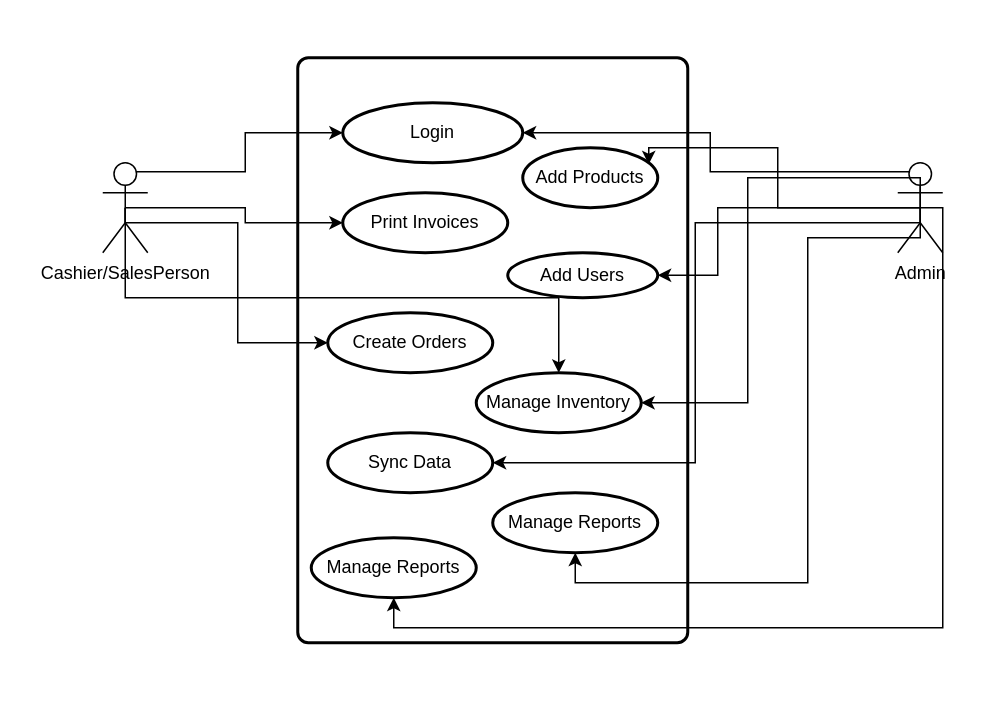
Earlier version of the draw.io diagram Untitled Diagram.drawio (Mwabamwaba/POS-MS-Access-VBA). Source tidied: cells renumbered, new cells numbered last; positions are measured from the earlier drawing's top-left corner, leaving out a move shared by most shapes. Both pictures are drawn from the tidied source at 150%, with x=0, y=0 at pixel (102, 57).
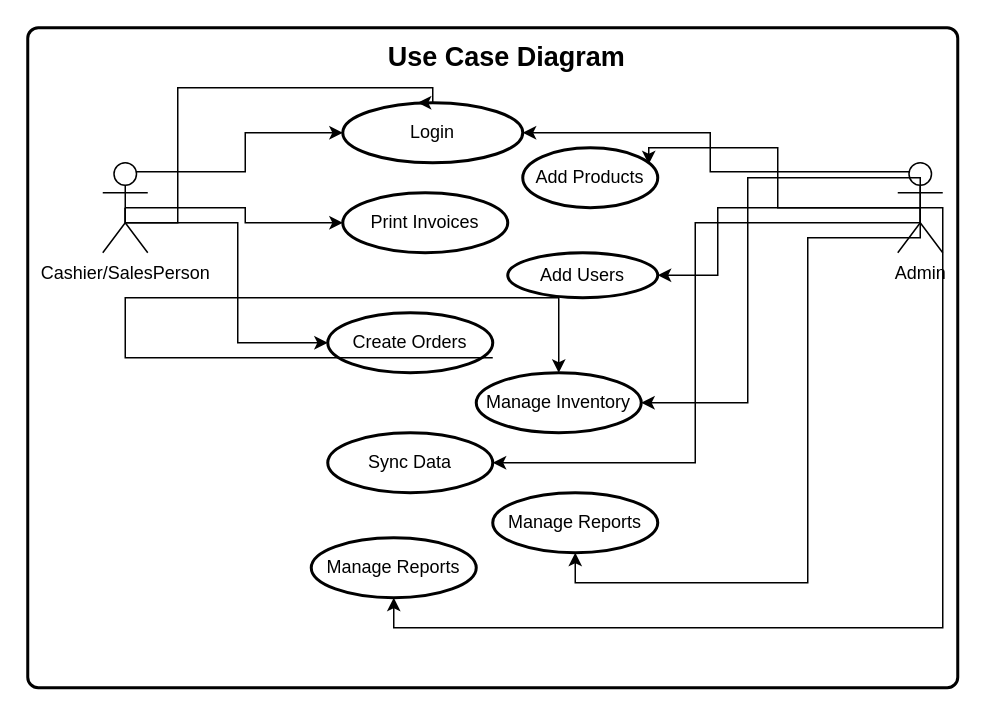
The same page after the edit.

The change refers to these unchanged cells:
```xml
<mxCell id="4" value="Login" style="strokeWidth=2;html=1;shape=mxgraph.flowchart.start_1;whiteSpace=wrap;" parent="1" vertex="1">
  <mxGeometry x="160" y="30" width="120" height="40" as="geometry" />
</mxCell>
<mxCell id="8" value="Manage Inventory" style="strokeWidth=2;html=1;shape=mxgraph.flowchart.start_1;whiteSpace=wrap;" parent="1" vertex="1">
  <mxGeometry x="249" y="210" width="110" height="40" as="geometry" />
</mxCell>
<mxCell id="13" value="Cashier/SalesPerson" style="shape=umlActor;verticalLabelPosition=bottom;verticalAlign=top;html=1;outlineConnect=0;" parent="1" vertex="1">
  <mxGeometry y="70" width="30" height="60" as="geometry" />
</mxCell>
```

What changed in the source:
```diff
@@
     <mxCell id="2" style="rounded=1;whiteSpace=wrap;html=1;absoluteArcSize=1;arcSize=14;strokeWidth=2;" parent="1" vertex="1">
-      <mxGeometry x="130" width="260" height="390" as="geometry" />
+      <mxGeometry x="-50" y="-20" width="620" height="440" as="geometry" />
     </mxCell>
@@
-    <mxCell id="24" style="edgeStyle=orthogonalEdgeStyle;rounded=0;jettySize=auto;html=1;exitX=0.5;exitY=0.5;exitDx=0;exitDy=0;exitPerimeter=0;entryX=0.5;entryY=0;entryDx=0;entryDy=0;entryPerimeter=0;" parent="1" edge="1" source="13" target="8">
+    <mxCell id="24" style="edgeStyle=orthogonalEdgeStyle;rounded=0;jettySize=auto;html=1;exitX=0.5;exitY=0.5;exitDx=0;exitDy=0;exitPerimeter=0;entryX=0.5;entryY=0;entryDx=0;entryDy=0;entryPerimeter=0;" parent="1" edge="1" source="2" target="8">
       <mxGeometry relative="1" as="geometry">
         <Array as="points">
           <mxPoint x="15" y="160" />
           <mxPoint x="304" y="160" />
         </Array>
       </mxGeometry>
     </mxCell>
+    <mxCell id="25" value="&lt;b&gt;&lt;font style=&quot;font-size: 18px;&quot;&gt;Use Case Diagram&lt;/font&gt;&lt;/b&gt;" style="text;html=1;align=center;verticalAlign=middle;strokeColor=none;fillColor=none;" parent="1" vertex="1">
+      <mxGeometry x="179" y="-20" width="180" height="40" as="geometry" />
+    </mxCell>
+    <mxCell id="26" style="edgeStyle=orthogonalEdgeStyle;rounded=0;jettySize=auto;html=1;exitX=0.5;exitY=0.5;exitDx=0;exitDy=0;exitPerimeter=0;entryX=0.417;entryY=0;entryDx=0;entryDy=0;entryPerimeter=0;" parent="1" edge="1" source="13" target="4">
+      <mxGeometry relative="1" as="geometry">
+        <Array as="points">
+          <mxPoint x="15" y="110" />
+          <mxPoint x="50" y="110" />
+          <mxPoint x="50" y="20" />
+          <mxPoint x="220" y="20" />
+          <mxPoint x="220" y="30" />
+        </Array>
+      </mxGeometry>
+    </mxCell>
```
